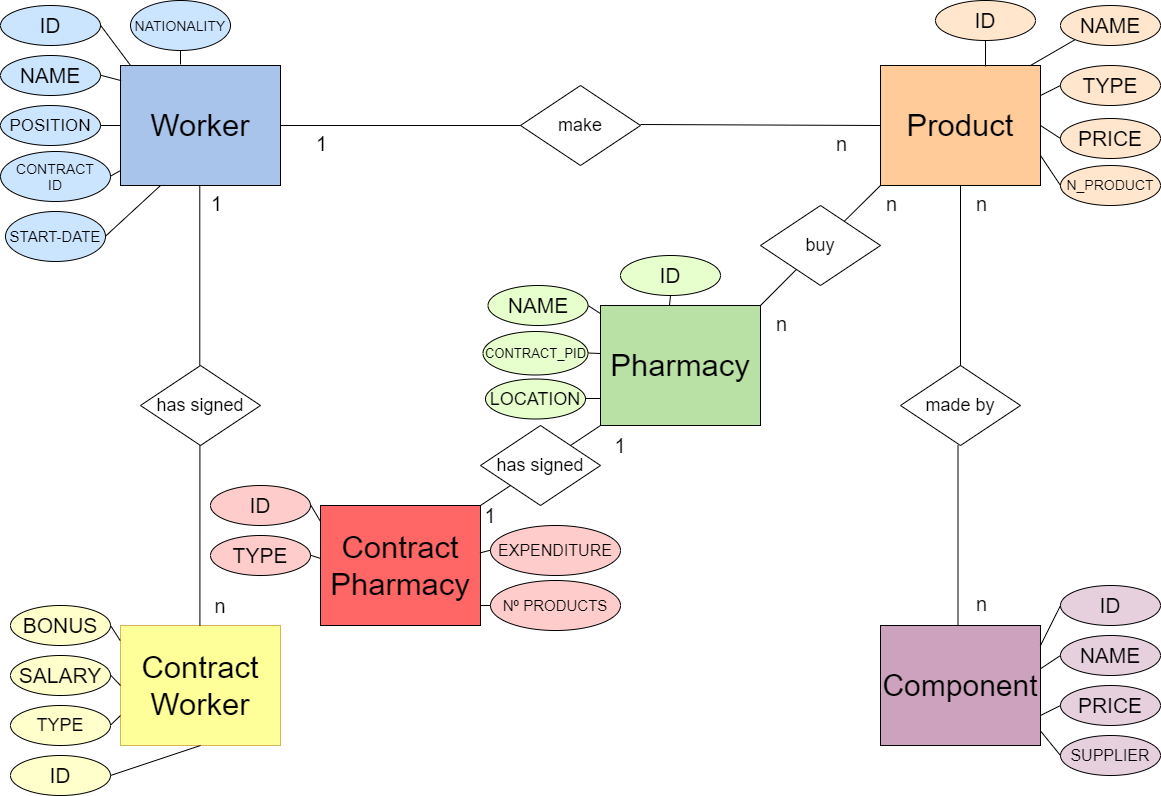
Earlier version of the draw.io export doc/E-R.png (RaquelVR00/Pharmacy_Project). Source tidied: cells renumbered, new cells last; positions are measured from the earlier drawing's top-left corner, leaving out a move shared by most shapes.
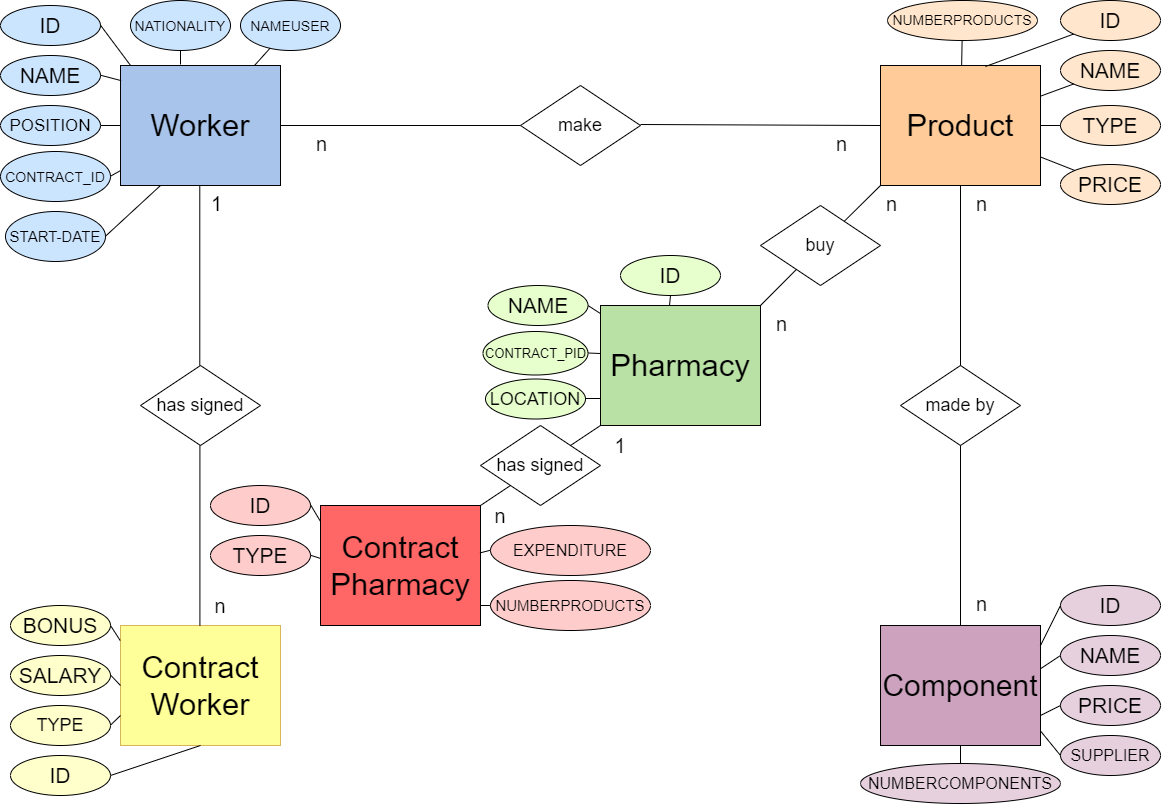
Above is the later version.

What changed in the source:
```diff
@@ -53,11 +53,8 @@
         <mxPoint x="960" y="185" as="targetPoint" />
       </mxGeometry>
     </mxCell>
-    <mxCell id="17" style="endArrow=none;html=1;exitX=0.5;exitY=0;exitDx=0;exitDy=0;" parent="1" edge="1">
-      <mxGeometry relative="1" as="geometry">
-        <mxPoint x="957.5" y="625" as="sourcePoint" />
-        <mxPoint x="957.5" y="445" as="targetPoint" />
-      </mxGeometry>
+    <mxCell id="17" style="endArrow=none;html=1;" parent="1" edge="1" source="5" target="9">
+      <mxGeometry relative="1" as="geometry" />
     </mxCell>
     <mxCell id="18" style="endArrow=none;html=1;exitX=0.5;exitY=0;exitDx=0;exitDy=0;" parent="1" edge="1">
       <mxGeometry relative="1" as="geometry">
@@ -112,7 +109,7 @@
     <mxCell id="31" style="shape=partialRectangle;top=0;left=0;bottom=0;right=0;fillColor=none;align=left;verticalAlign=top;spacingLeft=4;spacingRight=4;overflow=hidden;fontSize=12;" parent="30" vertex="1">
       <mxGeometry width="30" height="26" as="geometry" />
     </mxCell>
-    <mxCell id="32" value="1" style="shape=partialRectangle;top=0;left=0;right=0;bottom=0;align=left;verticalAlign=top;fillColor=none;spacingLeft=34;spacingRight=4;overflow=hidden;fontSize=20;" parent="1" vertex="1">
+    <mxCell id="32" value="n" style="shape=partialRectangle;top=0;left=0;right=0;bottom=0;align=left;verticalAlign=top;fillColor=none;spacingLeft=34;spacingRight=4;overflow=hidden;fontSize=20;" parent="1" vertex="1">
       <mxGeometry x="280" y="125" width="90" height="26" as="geometry" />
     </mxCell>
     <mxCell id="33" style="shape=partialRectangle;top=0;left=0;bottom=0;right=0;fillColor=none;align=left;verticalAlign=top;spacingLeft=4;spacingRight=4;overflow=hidden;fontSize=12;" parent="32" vertex="1">
@@ -136,8 +133,8 @@
     <mxCell id="39" value="&lt;font style=&quot;font-size: 20px&quot;&gt;1&lt;/font&gt;" style="text;html=1;strokeColor=none;fillColor=none;align=center;verticalAlign=middle;whiteSpace=wrap;rounded=0;" parent="1" vertex="1">
       <mxGeometry x="600" y="435" width="40" height="20" as="geometry" />
     </mxCell>
-    <mxCell id="40" value="&lt;font style=&quot;font-size: 20px&quot;&gt;1&lt;/font&gt;" style="text;html=1;strokeColor=none;fillColor=none;align=center;verticalAlign=middle;whiteSpace=wrap;rounded=0;" parent="1" vertex="1">
-      <mxGeometry x="470" y="505" width="40" height="20" as="geometry" />
+    <mxCell id="40" value="&lt;font style=&quot;font-size: 20px&quot;&gt;n&lt;/font&gt;" style="text;html=1;strokeColor=none;fillColor=none;align=center;verticalAlign=middle;whiteSpace=wrap;rounded=0;" parent="1" vertex="1">
+      <mxGeometry x="480" y="505" width="40" height="20" as="geometry" />
     </mxCell>
     <mxCell id="41" value="&lt;font style=&quot;font-size: 21px&quot;&gt;ID&lt;/font&gt;" style="ellipse;whiteSpace=wrap;html=1;align=center;fillColor=#CCE5FF;" parent="1" vertex="1">
       <mxGeometry y="5" width="100" height="40" as="geometry" />
@@ -148,8 +145,8 @@
     <mxCell id="43" value="&lt;font style=&quot;font-size: 21px&quot;&gt;ID&lt;/font&gt;" style="ellipse;whiteSpace=wrap;html=1;align=center;fillColor=#E6D0DE;" parent="1" vertex="1">
       <mxGeometry x="1060" y="585" width="100" height="40" as="geometry" />
     </mxCell>
-    <mxCell id="44" value="&lt;font style=&quot;line-height: 110% ; font-size: 14px&quot;&gt;N_PRODUCT&lt;/font&gt;" style="ellipse;whiteSpace=wrap;html=1;align=center;fillColor=#FFE6CC;" parent="1" vertex="1">
-      <mxGeometry x="1060" y="165" width="100" height="40" as="geometry" />
+    <mxCell id="44" value="&lt;font style=&quot;line-height: 110% ; font-size: 14px&quot;&gt;NUMBERPRODUCTS&lt;/font&gt;" style="ellipse;whiteSpace=wrap;html=1;align=center;fillColor=#FFE6CC;" parent="1" vertex="1">
+      <mxGeometry x="887" width="150" height="40" as="geometry" />
     </mxCell>
     <mxCell id="45" value="&lt;font style=&quot;font-size: 21px&quot;&gt;ID&lt;/font&gt;" style="ellipse;whiteSpace=wrap;html=1;align=center;fillColor=#E6FFCC;" parent="1" vertex="1">
       <mxGeometry x="620" y="255" width="100" height="40" as="geometry" />
@@ -167,12 +164,12 @@
       <mxGeometry x="487.5" y="285" width="100" height="40" as="geometry" />
     </mxCell>
     <mxCell id="50" value="&lt;font style=&quot;font-size: 21px&quot;&gt;NAME&lt;/font&gt;" style="ellipse;whiteSpace=wrap;html=1;align=center;fillColor=#FFE6CC;" parent="1" vertex="1">
-      <mxGeometry x="1060" y="5" width="100" height="40" as="geometry" />
+      <mxGeometry x="1060" y="50" width="100" height="40" as="geometry" />
     </mxCell>
     <mxCell id="51" value="&lt;font style=&quot;font-size: 17px&quot;&gt;POSITION&lt;/font&gt;" style="ellipse;whiteSpace=wrap;html=1;align=center;fillColor=#CCE5FF;strokeColor=#000000;" parent="1" vertex="1">
       <mxGeometry y="105" width="100" height="40" as="geometry" />
     </mxCell>
-    <mxCell id="52" value="&lt;font style=&quot;font-size: 14px&quot;&gt;CONTRACT&lt;br&gt;ID&lt;/font&gt;" style="ellipse;whiteSpace=wrap;html=1;align=center;fillColor=#CCE5FF;" parent="1" vertex="1">
+    <mxCell id="52" value="&lt;font style=&quot;font-size: 14px&quot;&gt;CONTRACT_ID&lt;br&gt;&lt;/font&gt;" style="ellipse;whiteSpace=wrap;html=1;align=center;fillColor=#CCE5FF;" parent="1" vertex="1">
       <mxGeometry y="151" width="110" height="50" as="geometry" />
     </mxCell>
     <mxCell id="53" value="&lt;font style=&quot;font-size: 15px&quot;&gt;START-DATE&lt;/font&gt;" style="ellipse;whiteSpace=wrap;html=1;align=center;fillColor=#CCE5FF;" parent="1" vertex="1">
@@ -182,10 +179,10 @@
       <mxGeometry x="130" width="100" height="50" as="geometry" />
     </mxCell>
     <mxCell id="55" value="&lt;font style=&quot;font-size: 21px&quot;&gt;PRICE&lt;/font&gt;" style="ellipse;whiteSpace=wrap;html=1;align=center;fillColor=#FFE6CC;" parent="1" vertex="1">
-      <mxGeometry x="1060" y="118" width="100" height="40" as="geometry" />
+      <mxGeometry x="1060" y="164" width="100" height="40" as="geometry" />
     </mxCell>
     <mxCell id="56" value="&lt;font style=&quot;font-size: 21px&quot;&gt;TYPE&lt;/font&gt;" style="ellipse;whiteSpace=wrap;html=1;align=center;fillColor=#FFE6CC;" parent="1" vertex="1">
-      <mxGeometry x="1060" y="65" width="100" height="40" as="geometry" />
+      <mxGeometry x="1060" y="105" width="100" height="40" as="geometry" />
     </mxCell>
     <mxCell id="57" value="&lt;font style=&quot;font-size: 13px&quot;&gt;CONTRACT_PID&lt;/font&gt;" style="ellipse;whiteSpace=wrap;html=1;align=center;fillColor=#E6FFCC;" parent="1" vertex="1">
       <mxGeometry x="482.5" y="331" width="105" height="43.5" as="geometry" />
@@ -209,10 +206,10 @@
       <mxGeometry x="210" y="535" width="100" height="40" as="geometry" />
     </mxCell>
     <mxCell id="64" value="&lt;font style=&quot;font-size: 16px&quot;&gt;EXPENDITURE&lt;/font&gt;" style="ellipse;whiteSpace=wrap;html=1;align=center;fillColor=#FFCCCC;" parent="1" vertex="1">
-      <mxGeometry x="490" y="525" width="130" height="50" as="geometry" />
+      <mxGeometry x="490" y="525" width="160" height="50" as="geometry" />
     </mxCell>
-    <mxCell id="65" value="&lt;font style=&quot;font-size: 15px&quot;&gt;Nº PRODUCTS&lt;/font&gt;" style="ellipse;whiteSpace=wrap;html=1;align=center;fillColor=#FFCCCC;" parent="1" vertex="1">
-      <mxGeometry x="490" y="580" width="130" height="50" as="geometry" />
+    <mxCell id="65" value="&lt;font style=&quot;font-size: 15px&quot;&gt;NUMBERPRODUCTS&lt;/font&gt;" style="ellipse;whiteSpace=wrap;html=1;align=center;fillColor=#FFCCCC;" parent="1" vertex="1">
+      <mxGeometry x="490" y="580" width="160" height="50" as="geometry" />
     </mxCell>
     <mxCell id="66" value="&lt;font style=&quot;font-size: 21px&quot;&gt;PRICE&lt;/font&gt;" style="ellipse;whiteSpace=wrap;html=1;align=center;fillColor=#E6D0DE;" parent="1" vertex="1">
       <mxGeometry x="1060" y="685" width="100" height="40" as="geometry" />
@@ -319,15 +316,13 @@
         <mxPoint x="985" y="66" as="sourcePoint" />
       </mxGeometry>
     </mxCell>
-    <mxCell id="87" style="endArrow=none;html=1;rounded=0;entryX=0;entryY=1;entryDx=0;entryDy=0;" parent="1" edge="1" target="50">
-      <mxGeometry relative="1" as="geometry">
-        <mxPoint x="1030" y="65" as="sourcePoint" />
-      </mxGeometry>
+    <mxCell id="87" style="endArrow=none;html=1;rounded=0;" parent="1" edge="1" source="2" target="50">
+      <mxGeometry relative="1" as="geometry" />
     </mxCell>
-    <mxCell id="88" style="endArrow=none;html=1;rounded=0;exitX=0;exitY=0.5;exitDx=0;exitDy=0;entryX=1;entryY=0.25;entryDx=0;entryDy=0;" parent="1" edge="1" source="56" target="2">
+    <mxCell id="88" style="endArrow=none;html=1;rounded=0;" parent="1" edge="1" source="56" target="2">
       <mxGeometry relative="1" as="geometry" />
     </mxCell>
-    <mxCell id="89" style="endArrow=none;html=1;rounded=0;exitX=1;exitY=0.5;exitDx=0;exitDy=0;entryX=0;entryY=0.5;entryDx=0;entryDy=0;" parent="1" edge="1" source="2" target="55">
+    <mxCell id="89" style="endArrow=none;html=1;rounded=0;" parent="1" edge="1" source="2" target="55">
       <mxGeometry relative="1" as="geometry" />
     </mxCell>
     <mxCell id="90" style="endArrow=none;html=1;rounded=0;exitX=1;exitY=0.167;exitDx=0;exitDy=0;exitPerimeter=0;" parent="1" edge="1" source="5">
@@ -351,10 +346,22 @@
       </mxGeometry>
     </mxCell>
     <mxCell id="94" value="&lt;font style=&quot;font-size: 21px&quot;&gt;ID&lt;/font&gt;" style="ellipse;whiteSpace=wrap;html=1;align=center;fillColor=#FFE6CC;" parent="1" vertex="1">
-      <mxGeometry x="935" width="100" height="40" as="geometry" />
+      <mxGeometry x="1060" width="100" height="40" as="geometry" />
     </mxCell>
-    <mxCell id="95" style="endArrow=none;html=1;rounded=0;exitX=1;exitY=0.75;exitDx=0;exitDy=0;entryX=0;entryY=0.5;entryDx=0;entryDy=0;" parent="1" edge="1" source="2" target="44">
+    <mxCell id="95" style="endArrow=none;html=1;rounded=0;" parent="1" edge="1" source="2" target="44">
       <mxGeometry relative="1" as="geometry" />
     </mxCell>
+    <mxCell id="96" value="&lt;span style=&quot;font-size: 14px&quot;&gt;NAMEUSER&lt;/span&gt;" style="ellipse;whiteSpace=wrap;html=1;align=center;fillColor=#CCE5FF;" parent="1" vertex="1">
+      <mxGeometry x="240" width="100" height="50" as="geometry" />
+    </mxCell>
+    <mxCell id="97" style="endArrow=none;html=1;rounded=0;" parent="1" edge="1" source="4" target="96">
+      <mxGeometry relative="1" as="geometry" />
+    </mxCell>
+    <mxCell id="98" value="&lt;span style=&quot;font-size: 16px&quot;&gt;NUMBERCOMPONENTS&lt;/span&gt;" style="ellipse;whiteSpace=wrap;html=1;align=center;fillColor=#E6D0DE;" parent="1" vertex="1">
+      <mxGeometry x="860" y="763" width="200" height="40" as="geometry" />
+    </mxCell>
+    <mxCell id="99" style="endArrow=none;html=1;rounded=0;" parent="1" edge="1" source="98" target="5">
+      <mxGeometry relative="1" as="geometry" />
+    </mxCell>
   </root>
 </mxGraphModel>
```
